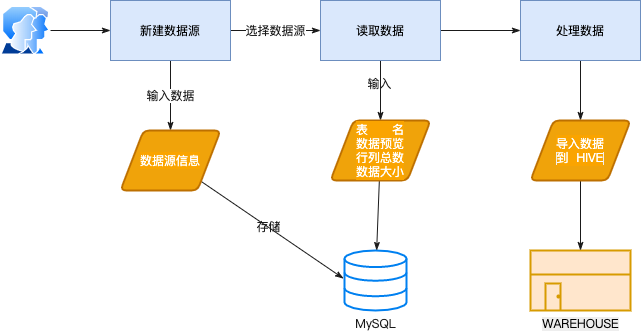
Before: AAF流程图.png, a diagram exported from draw.io (gumuqi/draw.io). Source tidied: cells renumbered, new cells last; positions are measured from the earlier drawing's top-left corner, leaving out a move shared by most shapes.
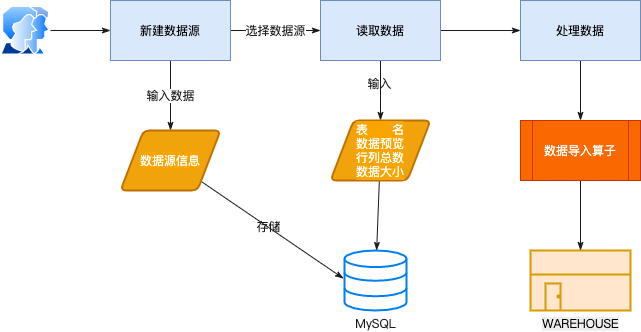
Later version of the same file.

Commit message:
已添加 AAF流程图.png

The edit, as a diff of the source:
```diff
@@ -23,21 +23,21 @@
     <mxCell id="8" value="&lt;span style=&quot;background-color: rgb(218 , 232 , 252)&quot;&gt;读取数据&lt;/span&gt;" style="rounded=0;whiteSpace=wrap;html=1;shadow=0;labelBackgroundColor=#EEEEEE;strokeColor=#6c8ebf;fillColor=#dae8fc;fontFamily=宋体;" parent="1" vertex="1">
       <mxGeometry x="320" width="120" height="60" as="geometry" />
     </mxCell>
-    <mxCell id="9" style="edgeStyle=none;rounded=0;jettySize=auto;html=1;shadow=0;startArrow=none;startFill=0;endArrow=classicThin;endFill=1;strokeColor=#1A1A1A;strokeWidth=1;fontFamily=宋体;fontColor=#1A1A1A;" parent="1" edge="1" source="10" target="21">
-      <mxGeometry relative="1" as="geometry" />
-    </mxCell>
+    <mxCell id="22" style="edgeStyle=none;rounded=0;jettySize=auto;html=1;shadow=0;startArrow=none;startFill=0;endArrow=classicThin;endFill=1;strokeColor=#1A1A1A;strokeWidth=1;fontFamily=宋体;fontColor=#1A1A1A;entryX=0.5;entryY=0;entryDx=0;entryDy=0;" parent="1" edge="1" source="10" target="26">
+      <mxGeometry relative="1" as="geometry" />
+    </mxCell>
     <mxCell id="10" value="&lt;span style=&quot;background-color: rgb(218 , 232 , 252)&quot;&gt;处理数据&lt;/span&gt;" style="rounded=0;whiteSpace=wrap;html=1;shadow=0;labelBackgroundColor=#EEEEEE;strokeColor=#6c8ebf;fillColor=#dae8fc;fontFamily=宋体;" parent="1" vertex="1">
       <mxGeometry x="520" width="120" height="60" as="geometry" />
     </mxCell>
     <mxCell id="11" value="WAREHOUSE" style="verticalLabelPosition=bottom;html=1;verticalAlign=top;strokeWidth=2;shape=mxgraph.lean_mapping.warehouse;rounded=0;shadow=0;labelBackgroundColor=#EEEEEE;fillColor=#ffe6cc;fontFamily=宋体;strokeColor=#d79b00;" parent="1" vertex="1">
       <mxGeometry x="530" y="250" width="100" height="60" as="geometry" />
     </mxCell>
-    <mxCell id="12" style="edgeStyle=none;rounded=0;jettySize=auto;html=1;shadow=0;startArrow=none;startFill=0;endArrow=classicThin;endFill=1;strokeColor=#1A1A1A;strokeWidth=1;fontFamily=宋体;fontColor=#1A1A1A;" parent="1" edge="1" source="13" target="4">
-      <mxGeometry relative="1" as="geometry" />
-    </mxCell>
-    <mxCell id="13" style="perimeter=ellipsePerimeter;html=1;align=center;shadow=0;dashed=0;spacingTop=3;image;image=img/lib/active_directory/user_accounts.svg;rounded=0;labelBackgroundColor=#EEEEEE;strokeColor=#1A1A1A;fillColor=none;fontFamily=宋体;fontColor=#1A1A1A;" parent="1" vertex="1">
-      <mxGeometry y="5.8" width="50" height="48.5" as="geometry" />
-    </mxCell>
+    <mxCell id="23" style="edgeStyle=none;rounded=0;jettySize=auto;html=1;shadow=0;startArrow=none;startFill=0;endArrow=classicThin;endFill=1;strokeColor=#1A1A1A;strokeWidth=1;fontFamily=宋体;fontColor=#1A1A1A;" parent="1" edge="1" source="24" target="4">
+      <mxGeometry relative="1" as="geometry" />
+    </mxCell>
+    <mxCell id="24" style="perimeter=ellipsePerimeter;html=1;align=center;shadow=0;dashed=0;spacingTop=3;image;image=img/lib/active_directory/user_accounts.svg;rounded=0;labelBackgroundColor=#EEEEEE;strokeColor=#1A1A1A;fillColor=none;fontFamily=宋体;fontColor=#1A1A1A;" parent="1" vertex="1">
+      <mxGeometry y="5.8" width="50" height="48.5" as="geometry" />
+    </mxCell>
     <mxCell id="14" value="MySQL" style="html=1;verticalLabelPosition=bottom;align=center;labelBackgroundColor=#ffffff;verticalAlign=top;strokeWidth=2;strokeColor=#0080F0;shadow=0;dashed=0;shape=mxgraph.ios7.icons.data;rounded=0;fillColor=none;fontFamily=宋体;fontColor=#1A1A1A;" parent="1" vertex="1">
       <mxGeometry x="344" y="250" width="62" height="60" as="geometry" />
     </mxCell>
@@ -56,11 +56,11 @@
     <mxCell id="19" value="&lt;font style=&quot;background-color: rgb(250 , 164 , 0)&quot;&gt;表&amp;nbsp; &amp;nbsp; &amp;nbsp; 名&lt;br&gt;数据预览&lt;br&gt;行列总数&lt;br&gt;数据大小&lt;/font&gt;" style="shape=parallelogram;html=1;strokeWidth=2;perimeter=parallelogramPerimeter;whiteSpace=wrap;rounded=1;arcSize=12;size=0.23;shadow=0;labelBackgroundColor=#EEEEEE;fillColor=#f0a30a;fontFamily=宋体;fontColor=#ffffff;strokeColor=#BD7000;" parent="1" vertex="1">
       <mxGeometry x="330" y="120" width="100" height="60" as="geometry" />
     </mxCell>
-    <mxCell id="20" style="edgeStyle=none;rounded=0;jettySize=auto;html=1;shadow=0;startArrow=none;startFill=0;endArrow=classicThin;endFill=1;strokeColor=#1A1A1A;strokeWidth=1;fontFamily=宋体;fontColor=#1A1A1A;" parent="1" edge="1" source="21" target="11">
-      <mxGeometry relative="1" as="geometry" />
-    </mxCell>
-    <mxCell id="21" value="&lt;span style=&quot;background-color: rgb(250 , 164 , 0)&quot;&gt;导入数据&lt;br&gt;到&amp;nbsp; HIVE&lt;/span&gt;" style="shape=parallelogram;html=1;strokeWidth=2;perimeter=parallelogramPerimeter;whiteSpace=wrap;rounded=1;arcSize=12;size=0.23;shadow=0;labelBackgroundColor=#EEEEEE;fillColor=#f0a30a;fontFamily=宋体;fontColor=#ffffff;strokeColor=#BD7000;" parent="1" vertex="1">
-      <mxGeometry x="530" y="120" width="100" height="60" as="geometry" />
-    </mxCell>
+    <mxCell id="25" style="edgeStyle=none;rounded=0;jettySize=auto;html=1;shadow=0;startArrow=none;startFill=0;endArrow=classicThin;endFill=1;strokeColor=#1A1A1A;strokeWidth=1;fontFamily=宋体;fontColor=#1A1A1A;" parent="1" edge="1" source="26" target="11">
+      <mxGeometry relative="1" as="geometry" />
+    </mxCell>
+    <mxCell id="26" value="&lt;span style=&quot;background-color: rgb(250 , 104 , 0)&quot;&gt;数据导入算子&lt;/span&gt;" style="shape=process;whiteSpace=wrap;html=1;backgroundOutline=1;rounded=0;shadow=0;labelBackgroundColor=#EEEEEE;strokeColor=#C73500;fillColor=#fa6800;fontFamily=宋体;fontColor=#ffffff;" parent="1" vertex="1">
+      <mxGeometry x="520" y="120" width="120" height="60" as="geometry" />
+    </mxCell>
   </root>
 </mxGraphModel>
```
